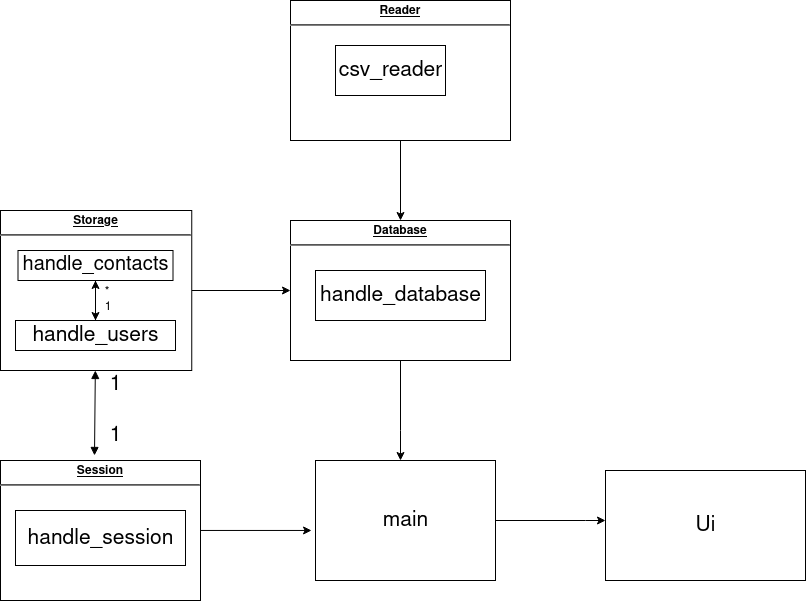
Before: dokumentaatio/kuvat/uusip.png, a diagram exported from draw.io (vaisajuh/ot-harjoitustyo). Source tidied: cells renumbered, new cells last; positions are measured from the earlier drawing's top-left corner, leaving out a move shared by most shapes. The source it was exported from:
```xml
<mxGraphModel>
  <root>
    <mxCell id="0" />
    <mxCell id="1" parent="0" />
    <mxCell id="2" style="edgeStyle=orthogonalEdgeStyle;rounded=0;jettySize=auto;html=1;fontSize=21;" parent="1" edge="1" source="3" target="9">
      <mxGeometry relative="1" as="geometry" />
    </mxCell>
    <mxCell id="3" value="&lt;p style=&quot;margin: 0px ; margin-top: 4px ; text-align: center ; text-decoration: underline&quot;&gt;&lt;b&gt;Storage&lt;/b&gt;&lt;br&gt;&lt;/p&gt;&lt;hr&gt;&lt;p style=&quot;margin: 0px ; margin-left: 8px&quot;&gt;&lt;br&gt;&lt;/p&gt;&lt;p style=&quot;margin: 0px ; margin-left: 8px&quot;&gt;&lt;br&gt;&lt;/p&gt;&lt;p style=&quot;margin: 0px ; margin-left: 8px&quot;&gt;&lt;br&gt;&lt;/p&gt;&lt;p style=&quot;margin: 0px ; margin-left: 8px&quot;&gt;&amp;nbsp;&amp;nbsp;&amp;nbsp;&amp;nbsp;&amp;nbsp;&amp;nbsp;&amp;nbsp;&amp;nbsp;&amp;nbsp;&amp;nbsp;&amp;nbsp;&amp;nbsp;&amp;nbsp;&amp;nbsp;&amp;nbsp;&amp;nbsp;&amp;nbsp;&amp;nbsp;&amp;nbsp;&amp;nbsp;&amp;nbsp;&amp;nbsp;&amp;nbsp;&amp;nbsp;&amp;nbsp;&amp;nbsp;&amp;nbsp;&amp;nbsp; *&lt;/p&gt;&lt;p style=&quot;margin: 0px ; margin-left: 8px&quot;&gt;&amp;nbsp;&amp;nbsp;&amp;nbsp;&amp;nbsp;&amp;nbsp;&amp;nbsp;&amp;nbsp;&amp;nbsp;&amp;nbsp;&amp;nbsp;&amp;nbsp;&amp;nbsp;&amp;nbsp;&amp;nbsp;&amp;nbsp;&amp;nbsp;&amp;nbsp;&amp;nbsp;&amp;nbsp;&amp;nbsp;&amp;nbsp;&amp;nbsp;&amp;nbsp;&amp;nbsp;&amp;nbsp;&amp;nbsp;&amp;nbsp;&amp;nbsp; 1&lt;br&gt;&lt;/p&gt;" style="verticalAlign=top;align=left;overflow=fill;fontSize=12;fontFamily=Helvetica;html=1;" parent="1" vertex="1">
      <mxGeometry y="210" width="191.2" height="160" as="geometry" />
    </mxCell>
    <mxCell id="4" style="edgeStyle=orthogonalEdgeStyle;rounded=0;jettySize=auto;html=1;fontSize=21;" parent="1" edge="1" source="5" target="7">
      <mxGeometry relative="1" as="geometry" />
    </mxCell>
    <mxCell id="5" value="handle_contacts" style="html=1;fontSize=20;" parent="1" vertex="1">
      <mxGeometry x="17.5" y="250" width="155" height="30" as="geometry" />
    </mxCell>
    <mxCell id="6" style="edgeStyle=orthogonalEdgeStyle;rounded=0;jettySize=auto;html=1;fontSize=21;" parent="1" edge="1" source="7" target="5">
      <mxGeometry relative="1" as="geometry" />
    </mxCell>
    <mxCell id="7" value="handle_users" style="html=1;fontSize=21;" parent="1" vertex="1">
      <mxGeometry x="15" y="320" width="160" height="30" as="geometry" />
    </mxCell>
    <mxCell id="8" style="edgeStyle=orthogonalEdgeStyle;rounded=0;jettySize=auto;html=1;fontSize=21;" parent="1" edge="1" source="9" target="18">
      <mxGeometry relative="1" as="geometry">
        <Array as="points">
          <mxPoint x="400" y="430" />
          <mxPoint x="400" y="430" />
        </Array>
      </mxGeometry>
    </mxCell>
    <mxCell id="9" value="&lt;p style=&quot;margin: 0px ; margin-top: 4px ; text-align: center ; text-decoration: underline&quot;&gt;&lt;b&gt;Database&lt;/b&gt;&lt;br&gt;&lt;/p&gt;&lt;hr&gt;&lt;p style=&quot;margin: 0px ; margin-left: 8px&quot;&gt;&lt;br&gt;&lt;/p&gt;" style="verticalAlign=top;align=left;overflow=fill;fontSize=12;fontFamily=Helvetica;html=1;" parent="1" vertex="1">
      <mxGeometry x="290" y="220" width="220" height="140" as="geometry" />
    </mxCell>
    <mxCell id="10" value="handle_database" style="html=1;fontSize=21;" parent="1" vertex="1">
      <mxGeometry x="315" y="270" width="170" height="50" as="geometry" />
    </mxCell>
    <mxCell id="11" style="edgeStyle=orthogonalEdgeStyle;rounded=0;jettySize=auto;html=1;fontSize=21;" parent="1" edge="1" source="12" target="9">
      <mxGeometry relative="1" as="geometry" />
    </mxCell>
    <mxCell id="12" value="&lt;p style=&quot;margin: 0px ; margin-top: 4px ; text-align: center ; text-decoration: underline&quot;&gt;&lt;b&gt;Reader&lt;/b&gt;&lt;br&gt;&lt;/p&gt;&lt;hr&gt;" style="verticalAlign=top;align=left;overflow=fill;fontSize=12;fontFamily=Helvetica;html=1;" parent="1" vertex="1">
      <mxGeometry x="290" width="220" height="140" as="geometry" />
    </mxCell>
    <mxCell id="13" value="csv_reader" style="html=1;fontSize=21;" parent="1" vertex="1">
      <mxGeometry x="335" y="45" width="110" height="50" as="geometry" />
    </mxCell>
    <mxCell id="14" style="edgeStyle=orthogonalEdgeStyle;rounded=0;jettySize=auto;html=1;entryX=-0.022;entryY=0.583;entryDx=0;entryDy=0;entryPerimeter=0;fontSize=21;" parent="1" edge="1" source="15" target="18">
      <mxGeometry relative="1" as="geometry" />
    </mxCell>
    <mxCell id="15" value="&lt;p style=&quot;margin: 0px ; margin-top: 4px ; text-align: center ; text-decoration: underline&quot;&gt;&lt;b&gt;Session&lt;/b&gt;&lt;br&gt;&lt;/p&gt;&lt;hr&gt;&lt;p style=&quot;margin: 0px ; margin-left: 8px&quot;&gt;&lt;br&gt;&lt;/p&gt;" style="verticalAlign=top;align=left;overflow=fill;fontSize=12;fontFamily=Helvetica;html=1;" parent="1" vertex="1">
      <mxGeometry y="460" width="200" height="140" as="geometry" />
    </mxCell>
    <mxCell id="16" value="handle_session" style="html=1;fontSize=21;" parent="1" vertex="1">
      <mxGeometry x="15" y="510" width="170" height="55" as="geometry" />
    </mxCell>
    <mxCell id="17" style="edgeStyle=orthogonalEdgeStyle;rounded=0;jettySize=auto;html=1;fontSize=21;" parent="1" edge="1" source="18" target="19">
      <mxGeometry relative="1" as="geometry">
        <Array as="points">
          <mxPoint x="585" y="520" />
          <mxPoint x="585" y="520" />
        </Array>
      </mxGeometry>
    </mxCell>
    <mxCell id="18" value="main" style="html=1;fontSize=21;" parent="1" vertex="1">
      <mxGeometry x="315" y="460" width="180" height="120" as="geometry" />
    </mxCell>
    <mxCell id="19" value="Ui" style="html=1;fontSize=21;" parent="1" vertex="1">
      <mxGeometry x="605" y="470" width="200" height="110" as="geometry" />
    </mxCell>
    <mxCell id="20" style="endArrow=block;startArrow=block;endFill=1;startFill=1;html=1;rounded=0;fontSize=21;exitX=0.47;exitY=-0.036;exitDx=0;exitDy=0;exitPerimeter=0;" parent="1" edge="1" source="15" target="3">
      <mxGeometry relative="1" as="geometry" />
    </mxCell>
    <mxCell id="21" value="&lt;div&gt;1&lt;/div&gt;&lt;div&gt;&lt;br&gt;&lt;/div&gt;&lt;div&gt;1&lt;br&gt;&lt;/div&gt;" style="text;html=1;align=center;verticalAlign=middle;strokeColor=none;fillColor=none;fontSize=21;" parent="1" vertex="1">
      <mxGeometry x="100" y="370" width="30" height="80" as="geometry" />
    </mxCell>
  </root>
</mxGraphModel>
```
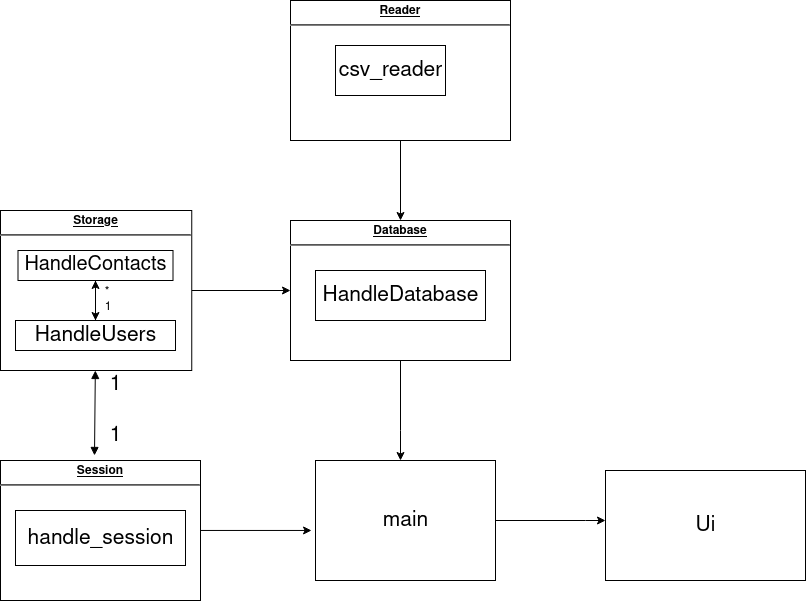
Later version of the same file.

What changed in the source:
```diff
@@ -11,13 +11,13 @@
     <mxCell id="4" style="edgeStyle=orthogonalEdgeStyle;rounded=0;jettySize=auto;html=1;fontSize=21;" parent="1" edge="1" source="5" target="7">
       <mxGeometry relative="1" as="geometry" />
     </mxCell>
-    <mxCell id="5" value="handle_contacts" style="html=1;fontSize=20;" parent="1" vertex="1">
+    <mxCell id="5" value="HandleContacts" style="html=1;fontSize=20;" parent="1" vertex="1">
       <mxGeometry x="17.5" y="250" width="155" height="30" as="geometry" />
     </mxCell>
     <mxCell id="6" style="edgeStyle=orthogonalEdgeStyle;rounded=0;jettySize=auto;html=1;fontSize=21;" parent="1" edge="1" source="7" target="5">
       <mxGeometry relative="1" as="geometry" />
     </mxCell>
-    <mxCell id="7" value="handle_users" style="html=1;fontSize=21;" parent="1" vertex="1">
+    <mxCell id="7" value="HandleUsers" style="html=1;fontSize=21;" parent="1" vertex="1">
       <mxGeometry x="15" y="320" width="160" height="30" as="geometry" />
     </mxCell>
     <mxCell id="8" style="edgeStyle=orthogonalEdgeStyle;rounded=0;jettySize=auto;html=1;fontSize=21;" parent="1" edge="1" source="9" target="18">
@@ -31,7 +31,7 @@
     <mxCell id="9" value="&lt;p style=&quot;margin: 0px ; margin-top: 4px ; text-align: center ; text-decoration: underline&quot;&gt;&lt;b&gt;Database&lt;/b&gt;&lt;br&gt;&lt;/p&gt;&lt;hr&gt;&lt;p style=&quot;margin: 0px ; margin-left: 8px&quot;&gt;&lt;br&gt;&lt;/p&gt;" style="verticalAlign=top;align=left;overflow=fill;fontSize=12;fontFamily=Helvetica;html=1;" parent="1" vertex="1">
       <mxGeometry x="290" y="220" width="220" height="140" as="geometry" />
     </mxCell>
-    <mxCell id="10" value="handle_database" style="html=1;fontSize=21;" parent="1" vertex="1">
+    <mxCell id="10" value="HandleDatabase" style="html=1;fontSize=21;" parent="1" vertex="1">
       <mxGeometry x="315" y="270" width="170" height="50" as="geometry" />
     </mxCell>
     <mxCell id="11" style="edgeStyle=orthogonalEdgeStyle;rounded=0;jettySize=auto;html=1;fontSize=21;" parent="1" edge="1" source="12" target="9">
```
